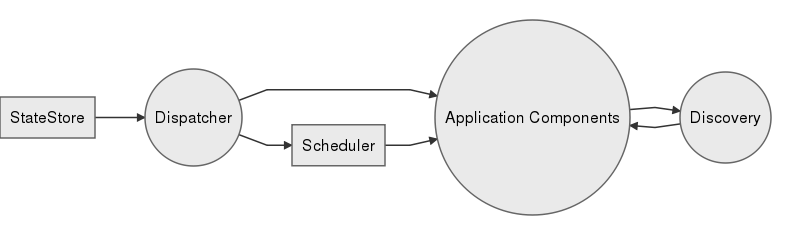
Before: core.mermaid.png, a diagram exported from Mermaid (asbjornenge/dux). Its source is kept beside it as core.mermaid.
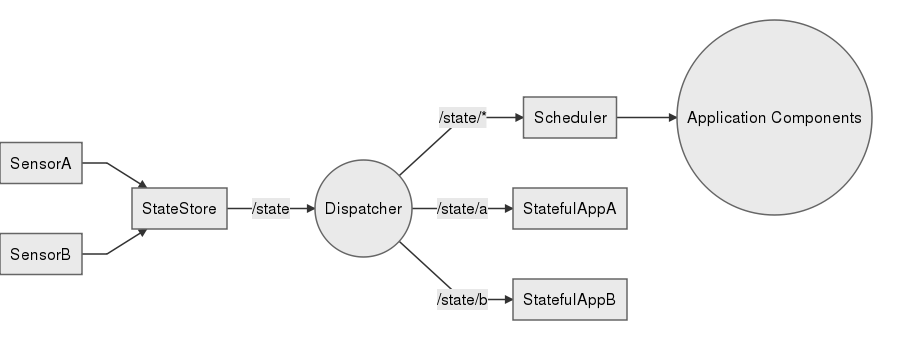
The same diagram one commit later.

Commit message:
Updated design and rewrote the statestore a bit

What changed in the source:
```diff
@@ -3,12 +3,12 @@
 	StateStore;
 	Dispatcher((Dispatcher));
 	Scheduler;
-	Discovery((Discovery));
 	Applications((Application Components));
 
-	StateStore --> Dispatcher
-	Dispatcher --> Scheduler
-    Dispatcher --> Applications
+	StateStore -->|/state| Dispatcher
+    Dispatcher -->|/state/a| StatefulAppA
+	Dispatcher -->|/state/*| Scheduler
+    Dispatcher -->|/state/b| StatefulAppB
 	Scheduler --> Applications
-	Applications --> Discovery
-    Discovery --> Applications
+    SensorA --> StateStore
+    SensorB --> StateStore
```
